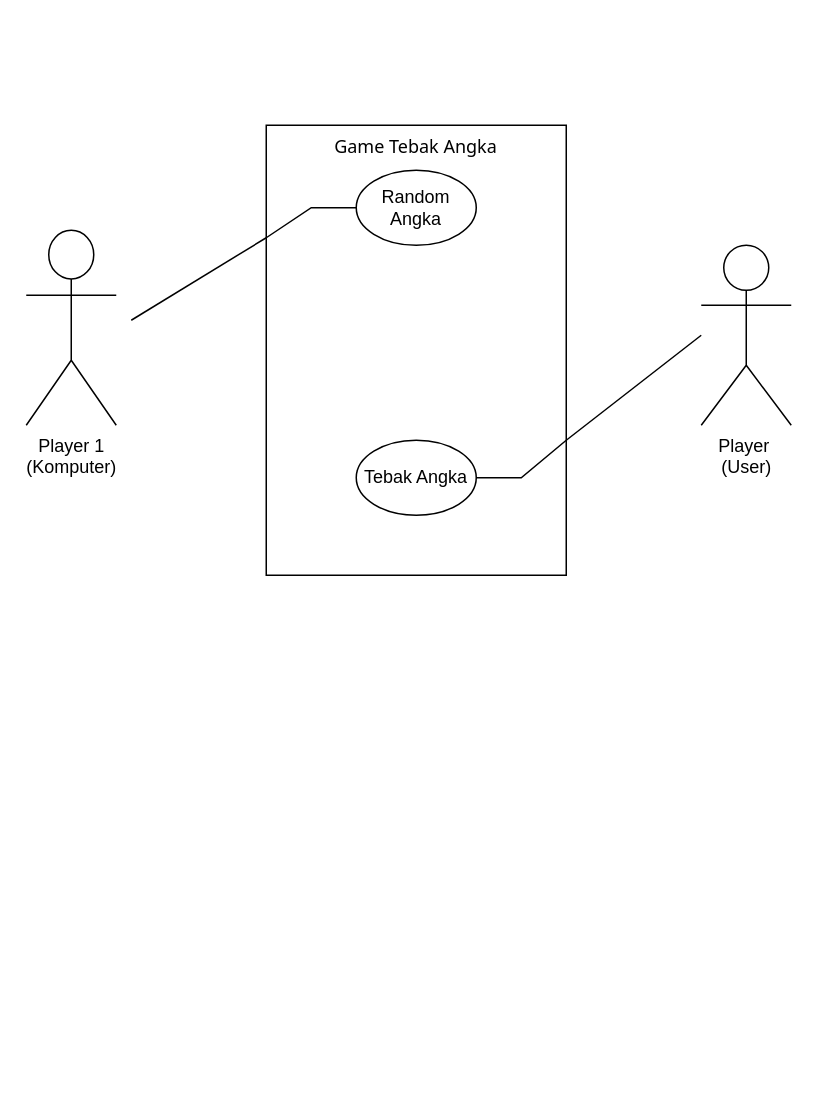
This is use-case.drawio from yydaaa/jobsheet, a draw.io file, before an edit. Source tidied: cells renumbered, new cells numbered last; positions are measured from the earlier drawing's top-left corner, leaving out a move shared by most shapes. Both pictures are drawn from the tidied source at 150%, with x=0, y=0 at pixel (26, 124).
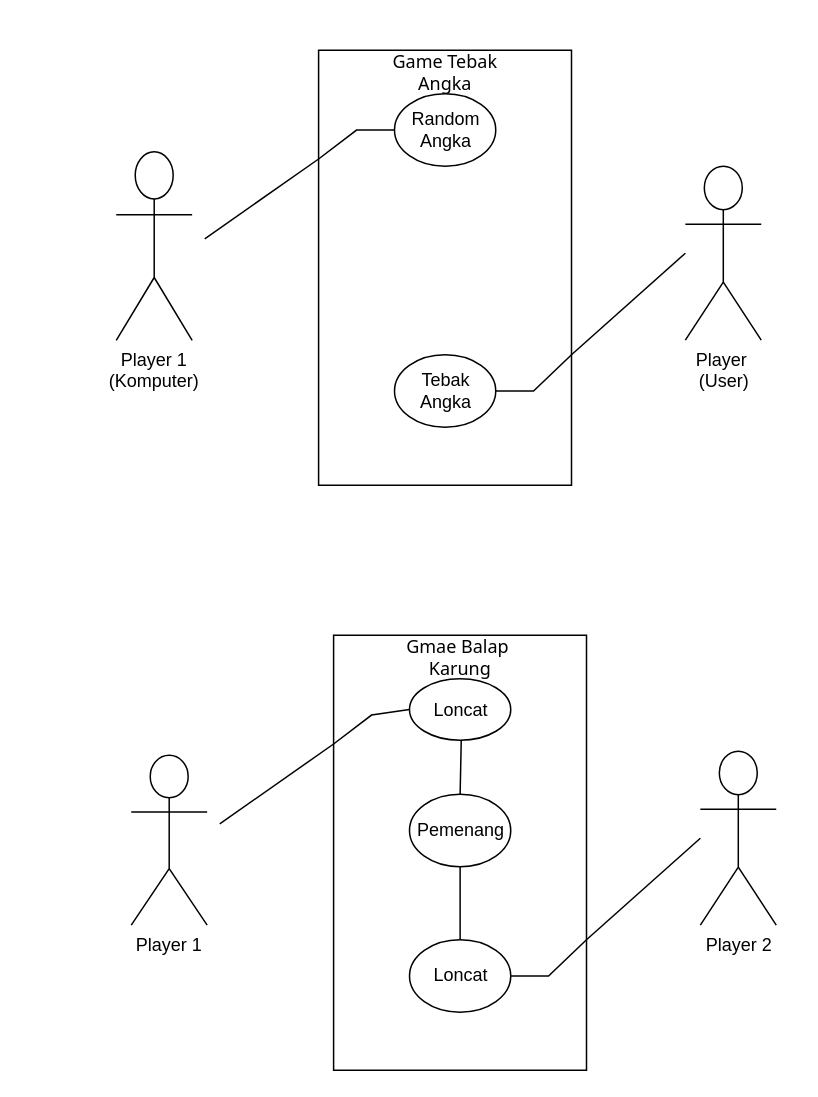
The same page after the edit.

Change to the diagram source:
```diff
@@
+    <mxCell id="12" style="group;" parent="1" vertex="1">
+      <mxGeometry x="60" y="-50" width="430" height="290" as="geometry" />
+    </mxCell>
+    <mxCell id="3" value="Player 1&lt;br&gt;(Komputer)" style="shape=umlActor;verticalLabelPosition=bottom;verticalAlign=top;html=1;" parent="12" vertex="1">
+      <mxGeometry y="67.7" width="50.6" height="125.7" as="geometry" />
+    </mxCell>
+    <mxCell id="13" style="group;" parent="12" vertex="1">
+      <mxGeometry x="59" width="371" height="290" as="geometry" />
+    </mxCell>
-    <mxCell id="2" style="rounded=0;whiteSpace=wrap;html=1;" parent="1" vertex="1">
-      <mxGeometry x="160" width="200" height="300" as="geometry" />
+    <mxCell id="2" style="rounded=0;whiteSpace=wrap;html=1;" parent="13" vertex="1">
+      <mxGeometry x="75.9" width="168.6" height="290" as="geometry" />
     </mxCell>
-    <mxCell id="3" value="Player 1&lt;br&gt;(Komputer)" style="shape=umlActor;verticalLabelPosition=bottom;verticalAlign=top;html=1;" parent="1" vertex="1">
-      <mxGeometry y="70" width="60" height="130" as="geometry" />
-    </mxCell>
-    <mxCell id="4" value="Player&amp;nbsp;&lt;br&gt;(User)" style="shape=umlActor;verticalLabelPosition=bottom;verticalAlign=top;html=1;" parent="1" vertex="1">
-      <mxGeometry x="450" y="80" width="60" height="120" as="geometry" />
+    <mxCell id="4" value="Player&amp;nbsp;&lt;br&gt;(User)" style="shape=umlActor;verticalLabelPosition=bottom;verticalAlign=top;html=1;" parent="13" vertex="1">
+      <mxGeometry x="320.4" y="77.3" width="50.6" height="116" as="geometry" />
     </mxCell>
-    <mxCell id="5" value="Tebak Angka" style="ellipse;whiteSpace=wrap;html=1;" parent="1" vertex="1">
-      <mxGeometry x="220" y="210" width="80" height="50" as="geometry" />
+    <mxCell id="5" value="Tebak Angka" style="ellipse;whiteSpace=wrap;html=1;" parent="13" vertex="1">
+      <mxGeometry x="126.5" y="203" width="67.5" height="48.3" as="geometry" />
     </mxCell>
-    <mxCell id="6" value="Random Angka" style="ellipse;whiteSpace=wrap;html=1;" parent="1" vertex="1">
-      <mxGeometry x="220" y="30" width="80" height="50" as="geometry" />
+    <mxCell id="6" value="Random Angka" style="ellipse;whiteSpace=wrap;html=1;" parent="13" vertex="1">
+      <mxGeometry x="126.5" y="29" width="67.5" height="48.3" as="geometry" />
     </mxCell>
-    <mxCell id="7" style="endArrow=none;html=1;rounded=0;entryX=0;entryY=0.25;entryDx=0;entryDy=0;" parent="1" edge="1" target="2">
+    <mxCell id="7" style="endArrow=none;html=1;rounded=0;entryX=0;entryY=0.25;entryDx=0;entryDy=0;" parent="13" edge="1" target="2">
       <mxGeometry relative="1" as="geometry">
-        <mxPoint x="70" y="130" as="sourcePoint" />
+        <mxPoint y="125.7" as="sourcePoint" />
       </mxGeometry>
     </mxCell>
-    <mxCell id="8" style="endArrow=none;html=1;rounded=0;exitX=0;exitY=0.25;exitDx=0;exitDy=0;entryX=0;entryY=0.5;entryDx=0;entryDy=0;" parent="1" edge="1" source="2" target="6">
+    <mxCell id="8" style="endArrow=none;html=1;rounded=0;exitX=0;exitY=0.25;exitDx=0;exitDy=0;entryX=0;entryY=0.5;entryDx=0;entryDy=0;" parent="13" edge="1" source="2" target="6">
       <mxGeometry relative="1" as="geometry">
         <Array as="points">
-          <mxPoint x="190" y="55" />
+          <mxPoint x="101.2" y="53.2" />
         </Array>
       </mxGeometry>
     </mxCell>
-    <mxCell id="9" style="endArrow=none;html=1;rounded=0;exitX=1;exitY=0.7;exitDx=0;exitDy=0;exitPerimeter=0;" parent="1" edge="1" source="2">
+    <mxCell id="9" style="endArrow=none;html=1;rounded=0;exitX=1;exitY=0.7;exitDx=0;exitDy=0;exitPerimeter=0;" parent="13" edge="1" source="2">
       <mxGeometry relative="1" as="geometry">
-        <mxPoint x="450" y="140" as="targetPoint" />
+        <mxPoint x="320.4" y="135.3" as="targetPoint" />
       </mxGeometry>
     </mxCell>
-    <mxCell id="10" style="endArrow=none;html=1;rounded=0;exitX=1;exitY=0.5;exitDx=0;exitDy=0;" parent="1" edge="1" source="5">
+    <mxCell id="10" style="endArrow=none;html=1;rounded=0;exitX=1;exitY=0.5;exitDx=0;exitDy=0;" parent="13" edge="1" source="5">
       <mxGeometry relative="1" as="geometry">
-        <mxPoint x="360" y="210" as="targetPoint" />
+        <mxPoint x="244.5" y="203" as="targetPoint" />
         <Array as="points">
-          <mxPoint x="330" y="235" />
+          <mxPoint x="219.2" y="227.2" />
         </Array>
       </mxGeometry>
     </mxCell>
-    <mxCell id="11" value="&lt;h4&gt;&lt;font style=&quot;font-weight: normal;&quot; face=&quot;Tahoma&quot;&gt;Game Tebak Angka&lt;/font&gt;&lt;/h4&gt;" style="text;html=1;strokeColor=none;fillColor=none;align=center;verticalAlign=middle;whiteSpace=wrap;rounded=0;" parent="1" vertex="1">
-      <mxGeometry x="200" width="120" height="30" as="geometry" />
+    <mxCell id="11" value="&lt;h4&gt;&lt;font style=&quot;font-weight: normal;&quot; face=&quot;Tahoma&quot;&gt;Game Tebak Angka&lt;/font&gt;&lt;/h4&gt;" style="text;html=1;strokeColor=none;fillColor=none;align=center;verticalAlign=middle;whiteSpace=wrap;rounded=0;" parent="13" vertex="1">
+      <mxGeometry x="109.6" width="101.2" height="29" as="geometry" />
     </mxCell>
+    <mxCell id="14" value="Player 1" style="shape=umlActor;verticalLabelPosition=bottom;verticalAlign=top;html=1;" parent="1" vertex="1">
+      <mxGeometry x="70" y="420" width="50.6" height="113.3" as="geometry" />
+    </mxCell>
+    <mxCell id="15" style="rounded=0;whiteSpace=wrap;html=1;" parent="1" vertex="1">
+      <mxGeometry x="204.9" y="340" width="168.6" height="290" as="geometry" />
+    </mxCell>
+    <mxCell id="16" value="Player 2" style="shape=umlActor;verticalLabelPosition=bottom;verticalAlign=top;html=1;" parent="1" vertex="1">
+      <mxGeometry x="449.4" y="417.3" width="50.6" height="116" as="geometry" />
+    </mxCell>
+    <mxCell id="17" value="Loncat" style="ellipse;whiteSpace=wrap;html=1;" parent="1" vertex="1">
+      <mxGeometry x="255.5" y="543" width="67.5" height="48.3" as="geometry" />
+    </mxCell>
+    <mxCell id="18" value="Loncat" style="ellipse;whiteSpace=wrap;html=1;" parent="1" vertex="1">
+      <mxGeometry x="255.5" y="369" width="67.5" height="41" as="geometry" />
+    </mxCell>
+    <mxCell id="19" style="endArrow=none;html=1;rounded=0;entryX=0;entryY=0.25;entryDx=0;entryDy=0;" parent="1" edge="1" target="15">
+      <mxGeometry relative="1" as="geometry">
+        <mxPoint x="129" y="465.7" as="sourcePoint" />
+      </mxGeometry>
+    </mxCell>
+    <mxCell id="20" style="endArrow=none;html=1;rounded=0;exitX=0;exitY=0.25;exitDx=0;exitDy=0;entryX=0;entryY=0.5;entryDx=0;entryDy=0;" parent="1" edge="1" source="15" target="18">
+      <mxGeometry relative="1" as="geometry">
+        <Array as="points">
+          <mxPoint x="230.2" y="393.2" />
+        </Array>
+      </mxGeometry>
+    </mxCell>
+    <mxCell id="21" style="endArrow=none;html=1;rounded=0;exitX=1;exitY=0.7;exitDx=0;exitDy=0;exitPerimeter=0;" parent="1" edge="1" source="15">
+      <mxGeometry relative="1" as="geometry">
+        <mxPoint x="449.4" y="475.3" as="targetPoint" />
+      </mxGeometry>
+    </mxCell>
+    <mxCell id="22" style="endArrow=none;html=1;rounded=0;exitX=1;exitY=0.5;exitDx=0;exitDy=0;" parent="1" edge="1" source="17">
+      <mxGeometry relative="1" as="geometry">
+        <mxPoint x="373.5" y="543" as="targetPoint" />
+        <Array as="points">
+          <mxPoint x="348.2" y="567.2" />
+        </Array>
+      </mxGeometry>
+    </mxCell>
+    <mxCell id="23" value="&lt;h4&gt;&lt;font face=&quot;Tahoma&quot;&gt;&lt;span style=&quot;font-weight: 400;&quot;&gt;Gmae Balap&amp;nbsp; Karung&lt;/span&gt;&lt;/font&gt;&lt;/h4&gt;" style="text;html=1;strokeColor=none;fillColor=none;align=center;verticalAlign=middle;whiteSpace=wrap;rounded=0;" parent="1" vertex="1">
+      <mxGeometry x="233.5" y="340" width="111.4" height="29" as="geometry" />
+    </mxCell>
+    <mxCell id="24" value="Pemenang" style="ellipse;whiteSpace=wrap;html=1;" parent="1" vertex="1">
+      <mxGeometry x="255.5" y="446" width="67.5" height="48.3" as="geometry" />
+    </mxCell>
+    <mxCell id="25" style="endArrow=none;html=1;rounded=0;" parent="1" edge="1" source="24">
+      <mxGeometry relative="1" as="geometry">
+        <mxPoint x="290" y="410" as="targetPoint" />
+      </mxGeometry>
+    </mxCell>
+    <mxCell id="26" style="endArrow=none;html=1;rounded=0;exitX=0.5;exitY=0;exitDx=0;exitDy=0;entryX=0.5;entryY=1;entryDx=0;entryDy=0;" parent="1" edge="1" source="17" target="24">
+      <mxGeometry relative="1" as="geometry" />
+    </mxCell>
```
